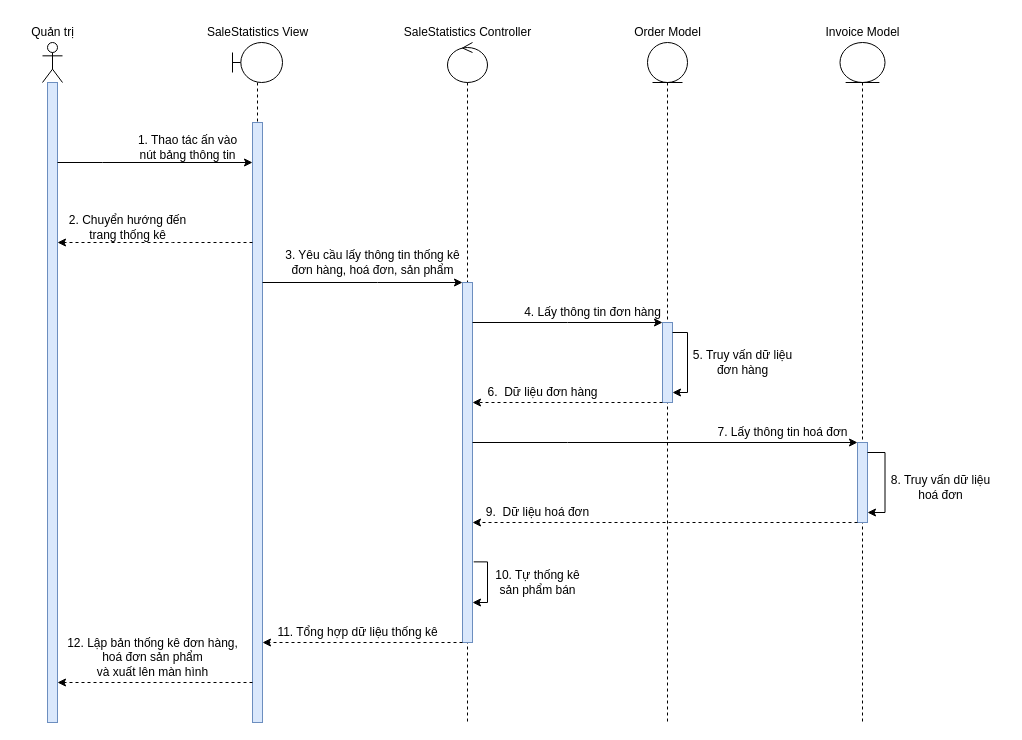
This is Nam3_HK1/CNPM_SoftTech/Sequence Diagrams/Linh Quân/SD_ThốngKêMuaBán.drawio from EdgarIgnite16/SGU-Course, a draw.io file, before an edit. Source tidied: cells renumbered, new cells numbered last; positions are measured from the earlier drawing's top-left corner, leaving out a move shared by most shapes. Both pictures are drawn from the tidied source at 100%, with x=0, y=0 at pixel (17, 17).
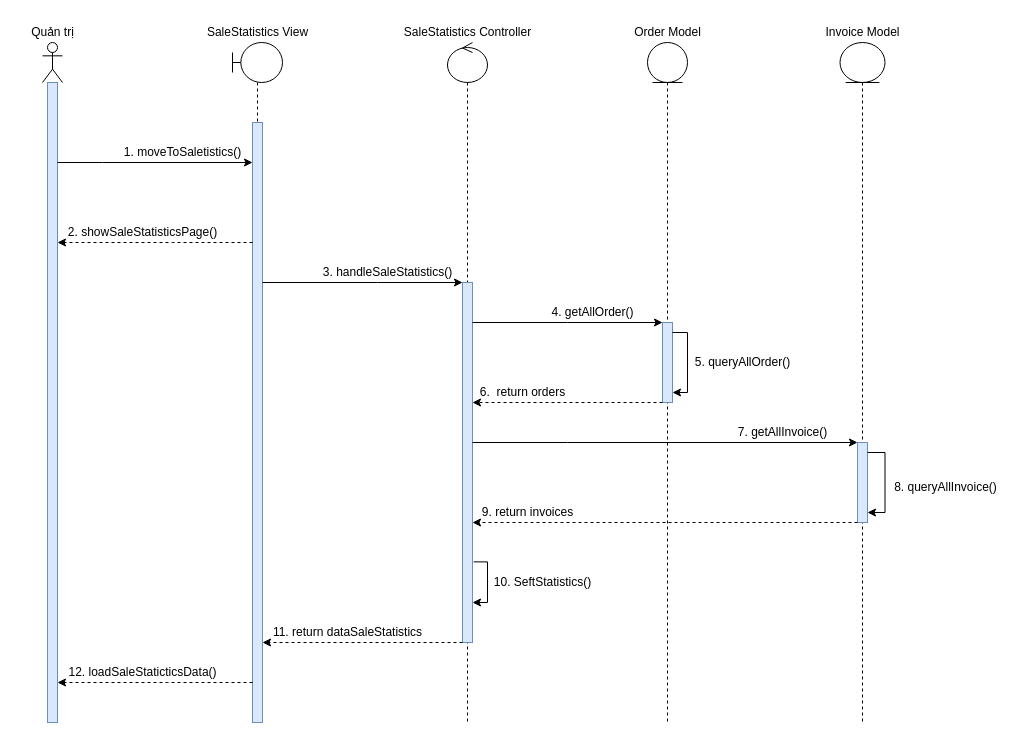
The same diagram, later.

Diff of the diagram source:
```diff
@@
-    <mxCell id="17" value="1. Thao tác ấn vào &lt;br&gt;nút bảng thông tin" style="text;html=1;align=center;verticalAlign=middle;strokeColor=none;fillColor=none;" parent="1" vertex="1">
-      <mxGeometry x="110" y="110" width="120" height="40" as="geometry" />
+    <mxCell id="17" value="1. moveToSaletistics()" style="text;html=1;align=center;verticalAlign=middle;strokeColor=none;fillColor=none;" parent="1" vertex="1">
+      <mxGeometry x="100" y="125" width="130" height="20" as="geometry" />
     </mxCell>
@@
-    <mxCell id="19" value="2. Chuyển hướng đến &lt;br&gt;trang thống kê" style="text;html=1;align=center;verticalAlign=middle;strokeColor=none;fillColor=none;" parent="1" vertex="1">
-      <mxGeometry x="40" y="190" width="140" height="40" as="geometry" />
+    <mxCell id="19" value="2. showSaleStatisticsPage()" style="text;html=1;align=center;verticalAlign=middle;strokeColor=none;fillColor=none;" parent="1" vertex="1">
+      <mxGeometry x="45" y="205" width="160" height="20" as="geometry" />
     </mxCell>
@@
-    <mxCell id="21" value="3. Yêu cầu lấy thông tin thống kê&lt;br&gt;đơn hàng, hoá đơn, sản phẩm" style="text;html=1;align=center;verticalAlign=middle;strokeColor=none;fillColor=none;" parent="1" vertex="1">
-      <mxGeometry x="260" y="230" width="190" height="30" as="geometry" />
+    <mxCell id="21" value="3. handleSaleStatistics()" style="text;html=1;align=center;verticalAlign=middle;strokeColor=none;fillColor=none;" parent="1" vertex="1">
+      <mxGeometry x="300" y="245" width="140" height="20" as="geometry" />
     </mxCell>
@@
-    <mxCell id="27" value="4. Lấy thông tin đơn hàng" style="text;html=1;align=center;verticalAlign=middle;strokeColor=none;fillColor=none;" parent="1" vertex="1">
-      <mxGeometry x="500" y="285" width="150" height="20" as="geometry" />
+    <mxCell id="27" value="4. getAllOrder()" style="text;html=1;align=center;verticalAlign=middle;strokeColor=none;fillColor=none;" parent="1" vertex="1">
+      <mxGeometry x="525" y="285" width="100" height="20" as="geometry" />
     </mxCell>
-    <mxCell id="28" value="5. Truy vấn dữ liệu &lt;br&gt;đơn hàng" style="text;html=1;align=center;verticalAlign=middle;strokeColor=none;fillColor=none;" parent="1" vertex="1">
-      <mxGeometry x="670" y="330" width="110" height="30" as="geometry" />
+    <mxCell id="28" value="5. queryAllOrder()" style="text;html=1;align=center;verticalAlign=middle;strokeColor=none;fillColor=none;" parent="1" vertex="1">
+      <mxGeometry x="670" y="335" width="110" height="20" as="geometry" />
     </mxCell>
@@
-    <mxCell id="30" value="6.&amp;nbsp; Dữ liệu đơn hàng" style="text;html=1;align=center;verticalAlign=middle;strokeColor=none;fillColor=none;" parent="1" vertex="1">
-      <mxGeometry x="460" y="365" width="130" height="20" as="geometry" />
+    <mxCell id="30" value="6.&amp;nbsp; return orders" style="text;html=1;align=center;verticalAlign=middle;strokeColor=none;fillColor=none;" parent="1" vertex="1">
+      <mxGeometry x="455" y="365" width="100" height="20" as="geometry" />
     </mxCell>
@@
-    <mxCell id="33" value="9.&amp;nbsp; Dữ liệu hoá đơn" style="text;html=1;align=center;verticalAlign=middle;strokeColor=none;fillColor=none;" parent="1" vertex="1">
-      <mxGeometry x="460" y="485" width="120" height="20" as="geometry" />
+    <mxCell id="33" value="9. return invoices" style="text;html=1;align=center;verticalAlign=middle;strokeColor=none;fillColor=none;" parent="1" vertex="1">
+      <mxGeometry x="455" y="485" width="110" height="20" as="geometry" />
     </mxCell>
-    <mxCell id="34" value="7. Lấy thông tin hoá đơn" style="text;html=1;align=center;verticalAlign=middle;strokeColor=none;fillColor=none;" parent="1" vertex="1">
-      <mxGeometry x="690" y="405" width="150" height="20" as="geometry" />
+    <mxCell id="34" value="7. getAllInvoice()" style="text;html=1;align=center;verticalAlign=middle;strokeColor=none;fillColor=none;" parent="1" vertex="1">
+      <mxGeometry x="715" y="405" width="100" height="20" as="geometry" />
     </mxCell>
-    <mxCell id="35" value="8. Truy vấn dữ liệu &lt;br&gt;hoá đơn" style="text;html=1;align=center;verticalAlign=middle;strokeColor=none;fillColor=none;" parent="1" vertex="1">
-      <mxGeometry x="867.5" y="455" width="110" height="30" as="geometry" />
+    <mxCell id="35" value="8. queryAllInvoice()" style="text;html=1;align=center;verticalAlign=middle;strokeColor=none;fillColor=none;" parent="1" vertex="1">
+      <mxGeometry x="867.5" y="460" width="120" height="20" as="geometry" />
     </mxCell>
-    <mxCell id="36" value="10. Tự thống kê &lt;br&gt;sản phẩm bán" style="text;html=1;align=center;verticalAlign=middle;strokeColor=none;fillColor=none;" parent="1" vertex="1">
-      <mxGeometry x="470" y="550" width="100" height="30" as="geometry" />
+    <mxCell id="36" value="10. SeftStatistics()" style="text;html=1;align=center;verticalAlign=middle;strokeColor=none;fillColor=none;" parent="1" vertex="1">
+      <mxGeometry x="470" y="555" width="110" height="20" as="geometry" />
     </mxCell>
@@
-    <mxCell id="38" value="11. Tổng hợp dữ liệu thống kê" style="text;html=1;align=center;verticalAlign=middle;strokeColor=none;fillColor=none;" parent="1" vertex="1">
-      <mxGeometry x="250" y="605" width="180" height="20" as="geometry" />
+    <mxCell id="38" value="11. return dataSaleStatistics" style="text;html=1;align=center;verticalAlign=middle;strokeColor=none;fillColor=none;" parent="1" vertex="1">
+      <mxGeometry x="250" y="605" width="160" height="20" as="geometry" />
     </mxCell>
@@
-    <mxCell id="40" value="12. Lập bản thống kê đơn hàng, &lt;br&gt;hoá đơn sản phẩm &lt;br&gt;và xuất lên màn hình" style="text;html=1;align=center;verticalAlign=middle;strokeColor=none;fillColor=none;" parent="1" vertex="1">
-      <mxGeometry x="40" y="615" width="190" height="50" as="geometry" />
+    <mxCell id="40" value="12. loadSaleStaticticsData()" style="text;html=1;align=center;verticalAlign=middle;strokeColor=none;fillColor=none;" parent="1" vertex="1">
+      <mxGeometry x="45" y="645" width="160" height="20" as="geometry" />
     </mxCell>
```
